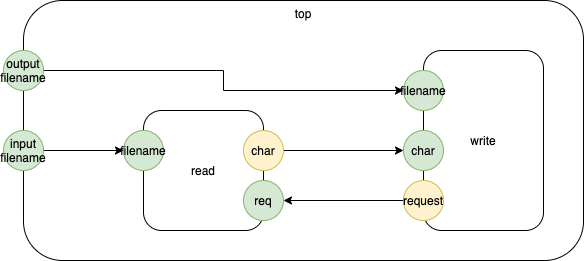
This is assets/cat.png from guitarvydas/guitarvydas.github.io, a draw.io export, as it was before one commit. Source tidied: cells renumbered, new cells last; positions are measured from the earlier drawing's top-left corner, leaving out a move shared by most shapes. Its diagram source:
```xml
<mxGraphModel>
  <root>
    <mxCell id="0" />
    <mxCell id="1" parent="0" />
    <mxCell id="2" value="top" style="rounded=1;whiteSpace=wrap;html=1;horizontal=1;verticalAlign=top;" parent="1" vertex="1">
      <mxGeometry x="20" width="560" height="260" as="geometry" />
    </mxCell>
    <mxCell id="3" value="write" style="rounded=1;whiteSpace=wrap;html=1;" parent="1" vertex="1">
      <mxGeometry x="420" y="50" width="120" height="180" as="geometry" />
    </mxCell>
    <mxCell id="4" value="read" style="rounded=1;whiteSpace=wrap;html=1;" parent="1" vertex="1">
      <mxGeometry x="140" y="110" width="120" height="120" as="geometry" />
    </mxCell>
    <mxCell id="5" value="filename" style="ellipse;whiteSpace=wrap;html=1;fillColor=#d5e8d4;strokeColor=#82b366;" parent="1" vertex="1">
      <mxGeometry x="400" y="70" width="40" height="40" as="geometry" />
    </mxCell>
    <mxCell id="6" style="edgeStyle=orthogonalEdgeStyle;rounded=0;jettySize=auto;html=1;exitX=1;exitY=0.5;exitDx=0;exitDy=0;" parent="1" edge="1" source="7" target="8">
      <mxGeometry relative="1" as="geometry" />
    </mxCell>
    <mxCell id="7" value="char" style="ellipse;whiteSpace=wrap;html=1;fillColor=#fff2cc;strokeColor=#d6b656;" parent="1" vertex="1">
      <mxGeometry x="240" y="130" width="40" height="40" as="geometry" />
    </mxCell>
    <mxCell id="8" value="char" style="ellipse;whiteSpace=wrap;html=1;fillColor=#d5e8d4;strokeColor=#82b366;" parent="1" vertex="1">
      <mxGeometry x="400" y="130" width="40" height="40" as="geometry" />
    </mxCell>
    <mxCell id="9" value="filename" style="ellipse;whiteSpace=wrap;html=1;fillColor=#d5e8d4;strokeColor=#82b366;" parent="1" vertex="1">
      <mxGeometry x="120" y="130" width="40" height="40" as="geometry" />
    </mxCell>
    <mxCell id="10" style="edgeStyle=orthogonalEdgeStyle;rounded=0;jettySize=auto;html=1;exitX=1;exitY=0.5;exitDx=0;exitDy=0;entryX=0;entryY=0.5;entryDx=0;entryDy=0;" parent="1" edge="1" source="11" target="9">
      <mxGeometry relative="1" as="geometry" />
    </mxCell>
    <mxCell id="11" value="input filename" style="ellipse;whiteSpace=wrap;html=1;fillColor=#d5e8d4;strokeColor=#82b366;" parent="1" vertex="1">
      <mxGeometry y="130" width="40" height="40" as="geometry" />
    </mxCell>
    <mxCell id="12" style="edgeStyle=orthogonalEdgeStyle;rounded=0;jettySize=auto;html=1;exitX=1;exitY=0.5;exitDx=0;exitDy=0;entryX=0;entryY=0.5;entryDx=0;entryDy=0;" parent="1" edge="1" source="13" target="5">
      <mxGeometry relative="1" as="geometry" />
    </mxCell>
    <mxCell id="13" value="output filename" style="ellipse;whiteSpace=wrap;html=1;fillColor=#d5e8d4;strokeColor=#82b366;" parent="1" vertex="1">
      <mxGeometry y="50" width="40" height="40" as="geometry" />
    </mxCell>
    <mxCell id="14" style="edgeStyle=orthogonalEdgeStyle;rounded=0;jettySize=auto;html=1;exitX=0;exitY=0.5;exitDx=0;exitDy=0;entryX=1;entryY=0.5;entryDx=0;entryDy=0;" parent="1" edge="1" source="15" target="16">
      <mxGeometry relative="1" as="geometry" />
    </mxCell>
    <mxCell id="15" value="request" style="ellipse;whiteSpace=wrap;html=1;fillColor=#fff2cc;strokeColor=#d6b656;" parent="1" vertex="1">
      <mxGeometry x="400" y="180" width="40" height="40" as="geometry" />
    </mxCell>
    <mxCell id="16" value="req" style="ellipse;whiteSpace=wrap;html=1;fillColor=#d5e8d4;strokeColor=#82b366;" parent="1" vertex="1">
      <mxGeometry x="240" y="180" width="40" height="40" as="geometry" />
    </mxCell>
  </root>
</mxGraphModel>
```
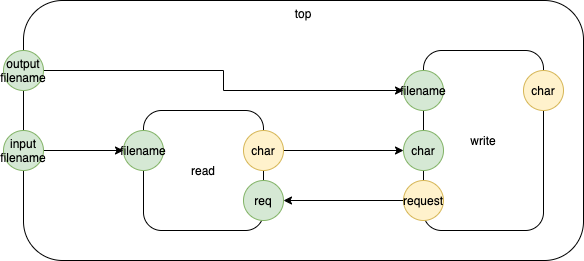
The same diagram one commit later.

Diff of the diagram source:
```diff
@@ -47,5 +47,8 @@
     <mxCell id="16" value="req" style="ellipse;whiteSpace=wrap;html=1;fillColor=#d5e8d4;strokeColor=#82b366;" parent="1" vertex="1">
       <mxGeometry x="240" y="180" width="40" height="40" as="geometry" />
     </mxCell>
+    <mxCell id="17" value="char" style="ellipse;whiteSpace=wrap;html=1;fillColor=#fff2cc;strokeColor=#d6b656;" parent="1" vertex="1">
+      <mxGeometry x="520" y="70" width="40" height="40" as="geometry" />
+    </mxCell>
   </root>
 </mxGraphModel>
```
